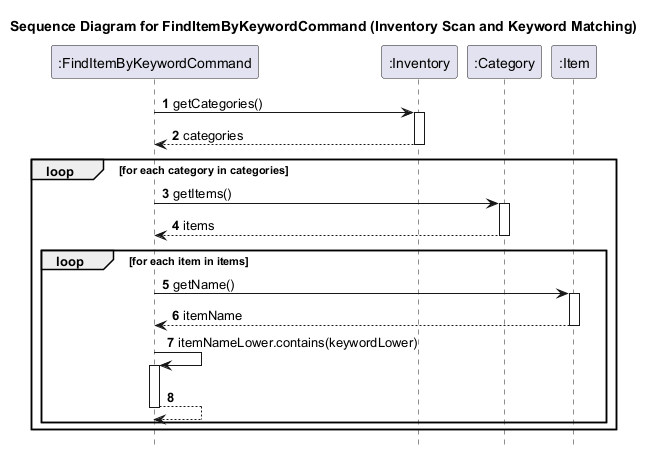
Above: docs/diagrams/sequence/FindItemByKeywordCommandMatchingFlow.png in KOIiiii07/tp (PlantUML), before the change.
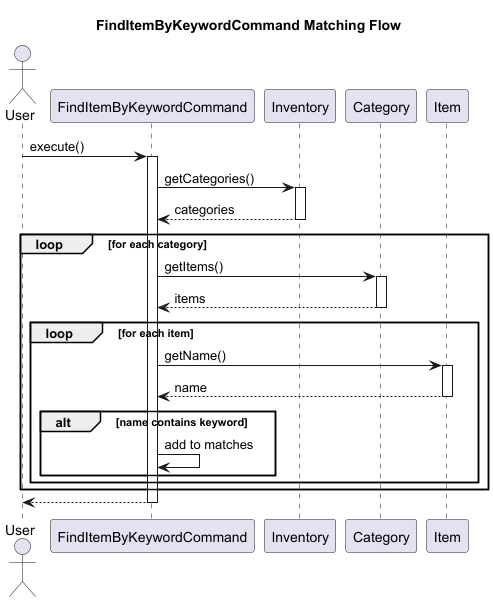
The same diagram one commit later.

Commit message:
DG & UI Fixes v2 - fixed DeleteItemCommandExecutionFlow.puml and FindItemByKeywordCommand Diagrams

Change to the diagram source:
```diff
@@ -1,35 +1,39 @@
 @startuml
-title Sequence Diagram for FindItemByKeywordCommand (Inventory Scan and Keyword Matching)
+title FindItemByKeywordCommand Matching Flow
 
-autonumber
-hide footbox
+actor User
+participant FindItemByKeywordCommand
+participant Inventory
+participant Category
+participant Item
 
-participant ":FindItemByKeywordCommand" as FindItemByKeywordCommand
-participant ":Inventory" as Inventory
-participant ":Category" as Category
-participant ":Item" as Item
+User -> FindItemByKeywordCommand : execute()
+activate FindItemByKeywordCommand
 
-FindItemByKeywordCommand -> Inventory: getCategories()
+FindItemByKeywordCommand -> Inventory : getCategories()
 activate Inventory
-Inventory --> FindItemByKeywordCommand: categories
+Inventory --> FindItemByKeywordCommand : categories
 deactivate Inventory
 
-loop for each category in categories
-    FindItemByKeywordCommand -> Category: getItems()
+loop for each category
+    FindItemByKeywordCommand -> Category : getItems()
     activate Category
-    Category --> FindItemByKeywordCommand: items
+    Category --> FindItemByKeywordCommand : items
     deactivate Category
 
-    loop for each item in items
-        FindItemByKeywordCommand -> Item: getName()
+    loop for each item
+        FindItemByKeywordCommand -> Item : getName()
         activate Item
-        Item --> FindItemByKeywordCommand: itemName
+        Item --> FindItemByKeywordCommand : name
         deactivate Item
 
-        FindItemByKeywordCommand -> FindItemByKeywordCommand: itemNameLower.contains(keywordLower)
-        activate FindItemByKeywordCommand
-        FindItemByKeywordCommand --> FindItemByKeywordCommand
-        deactivate FindItemByKeywordCommand
+        alt name contains keyword
+            FindItemByKeywordCommand -> FindItemByKeywordCommand : add to matches
+        end
     end
 end
+
+FindItemByKeywordCommand --> User
+deactivate FindItemByKeywordCommand
+
 @enduml
```
